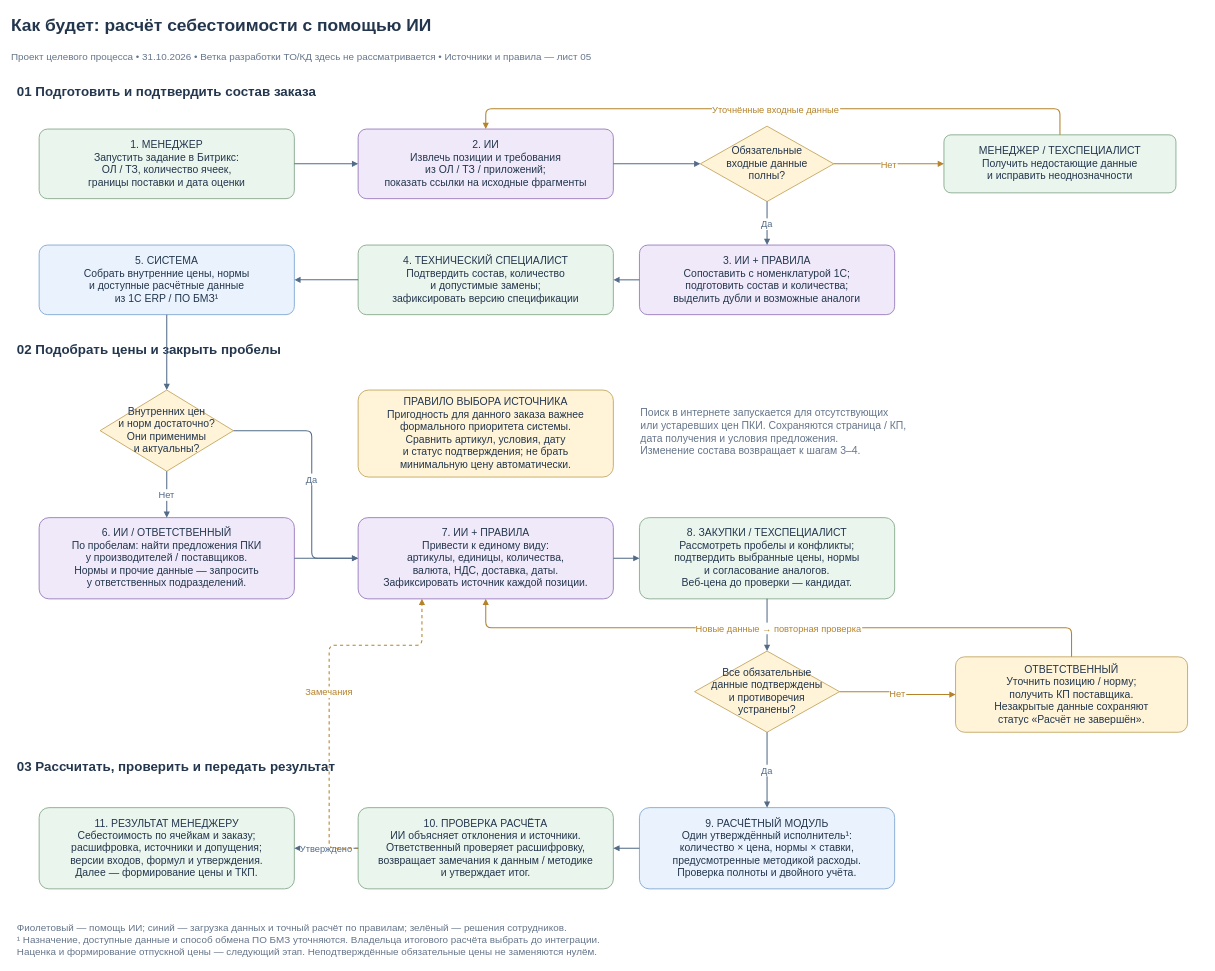
The draw.io diagram page "04 Как будет — себестоимость" (4 of 5) of diagrams/tkp-process.drawio in DennisPlotnikov/GPT, before the edit. Source tidied: cells renumbered, new cells numbered last; positions are measured from the earlier drawing's top-left corner, leaving out a move shared by most shapes. Both pictures are drawn from the tidied source at 58%, with x=0, y=0 at pixel (10, 10).
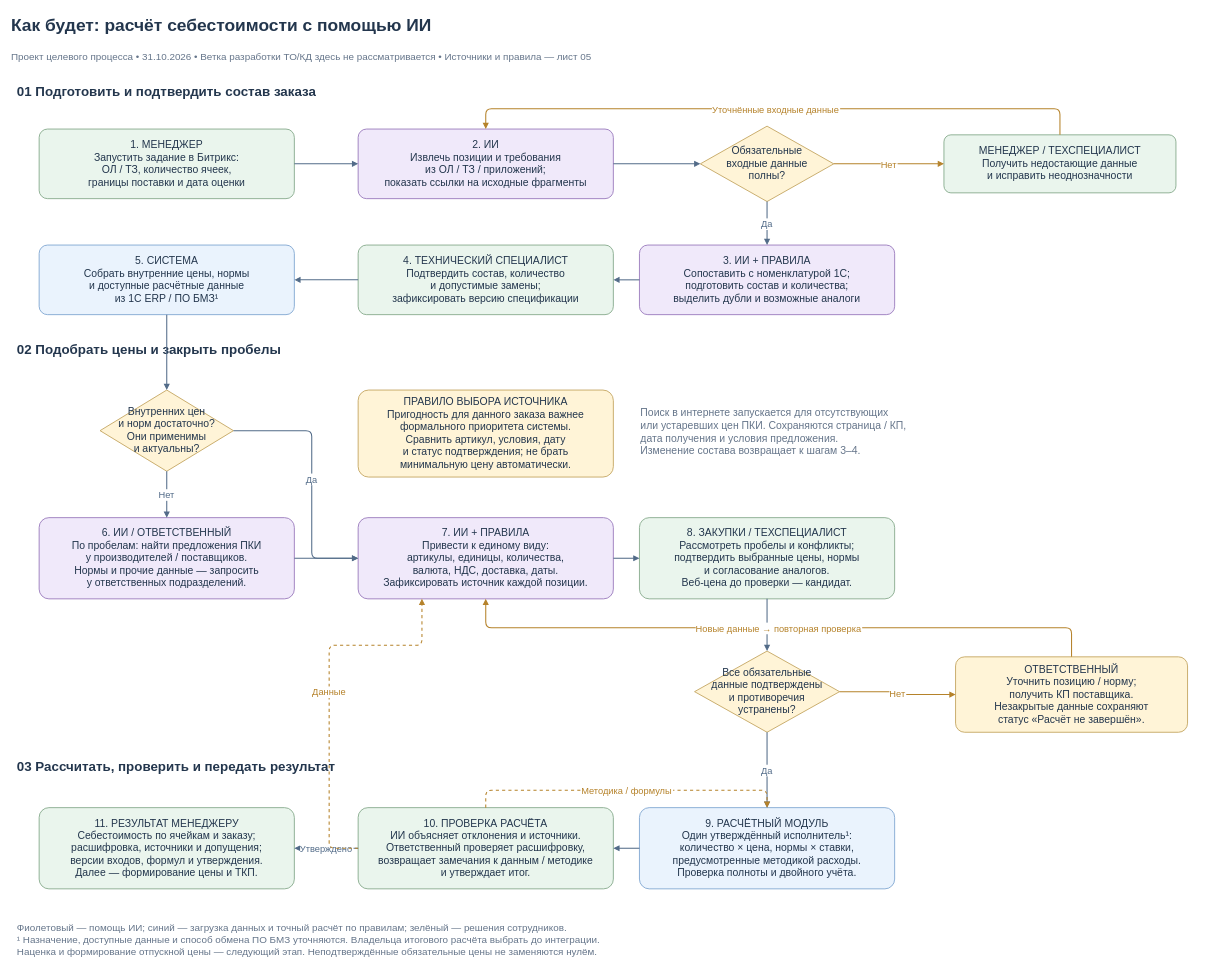
The same page after the edit.

Commit message:
Уточнить возврат на корректировку методики расчёта

Unchanged cells that the change refers to:
```xml
<mxCell id="15" value="7. ИИ + ПРАВИЛА&#10;Привести к единому виду:&#10;артикулы, единицы, количества,&#10;валюта, НДС, доставка, даты.&#10;Зафиксировать источник каждой позиции." style="fontFamily=Arial;fontColor=#23364D;fontSize=18;whiteSpace=wrap;html=0;rounded=1;arcSize=12;strokeWidth=1.5;spacing=14;fillColor=#EAF3FD;strokeColor=#7DA4D0;fillColor=#F0E9FA;strokeColor=#9676BA;" parent="1" vertex="1">
  <mxGeometry x="600" y="875" width="440" height="140" as="geometry" />
</mxCell>
<mxCell id="22" value="9. РАСЧЁТНЫЙ МОДУЛЬ&#10;Один утверждённый исполнитель¹:&#10;количество × цена, нормы × ставки,&#10;предусмотренные методикой расходы.&#10;Проверка полноты и двойного учёта." style="fontFamily=Arial;fontColor=#23364D;fontSize=18;whiteSpace=wrap;html=0;rounded=1;arcSize=12;strokeWidth=1.5;spacing=14;fillColor=#EAF3FD;strokeColor=#7DA4D0;" parent="1" vertex="1">
  <mxGeometry x="1085" y="1375" width="440" height="140" as="geometry" />
</mxCell>
<mxCell id="23" value="10. ПРОВЕРКА РАСЧЁТА&#10;ИИ объясняет отклонения и источники.&#10;Ответственный проверяет расшифровку,&#10;возвращает замечания к данным / методике&#10;и утверждает итог." style="fontFamily=Arial;fontColor=#23364D;fontSize=18;whiteSpace=wrap;html=0;rounded=1;arcSize=12;strokeWidth=1.5;spacing=14;fillColor=#EAF3FD;strokeColor=#7DA4D0;fillColor=#EAF5ED;strokeColor=#83A889;" parent="1" vertex="1">
  <mxGeometry x="600" y="1375" width="440" height="140" as="geometry" />
</mxCell>
```

The edit, as a diff of the source:
```diff
@@
-    <mxCell id="44" value="Замечания" style="edgeStyle=orthogonalEdgeStyle;rounded=1;jettySize=auto;html=0;endArrow=block;endFill=1;strokeWidth=1.8;strokeColor=#B5822A;fontFamily=Arial;fontSize=16;fontColor=#B5822A;labelBackgroundColor=#FFFFFF;exitX=0;exitY=0.5;entryX=0.25;entryY=1;dashed=1;" parent="1" edge="1" source="23" target="15">
+    <mxCell id="44" value="Данные" style="edgeStyle=orthogonalEdgeStyle;rounded=1;jettySize=auto;html=0;endArrow=block;endFill=1;strokeWidth=1.8;strokeColor=#B5822A;fontFamily=Arial;fontSize=16;fontColor=#B5822A;labelBackgroundColor=#FFFFFF;exitX=0;exitY=0.5;entryX=0.25;entryY=1;dashed=1;" parent="1" edge="1" source="23" target="15">
       <mxGeometry relative="1" as="geometry">
         <Array as="points">
           <mxPoint x="550" y="1445" />
           <mxPoint x="550" y="1095" />
           <mxPoint x="710" y="1095" />
         </Array>
       </mxGeometry>
     </mxCell>
+    <mxCell id="45" value="Методика / формулы" style="edgeStyle=orthogonalEdgeStyle;rounded=1;jettySize=auto;html=0;endArrow=block;endFill=1;strokeWidth=1.8;strokeColor=#B5822A;fontFamily=Arial;fontSize=16;fontColor=#B5822A;labelBackgroundColor=#FFFFFF;exitX=0.5;exitY=0;entryX=0.5;entryY=0;dashed=1;" parent="1" edge="1" source="23" target="22">
+      <mxGeometry relative="1" as="geometry">
+        <Array as="points">
+          <mxPoint x="820" y="1345" />
+          <mxPoint x="1305" y="1345" />
+        </Array>
+      </mxGeometry>
+    </mxCell>
```
